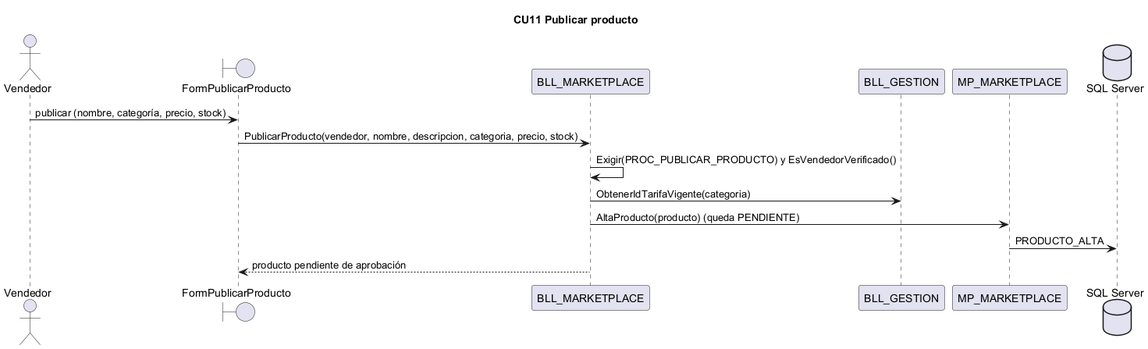
L-Muniz/uai-diploma_2026 keeps this PlantUML diagram as docs/diagramas/secuencias_png/CU11.png. Above is the earlier version.
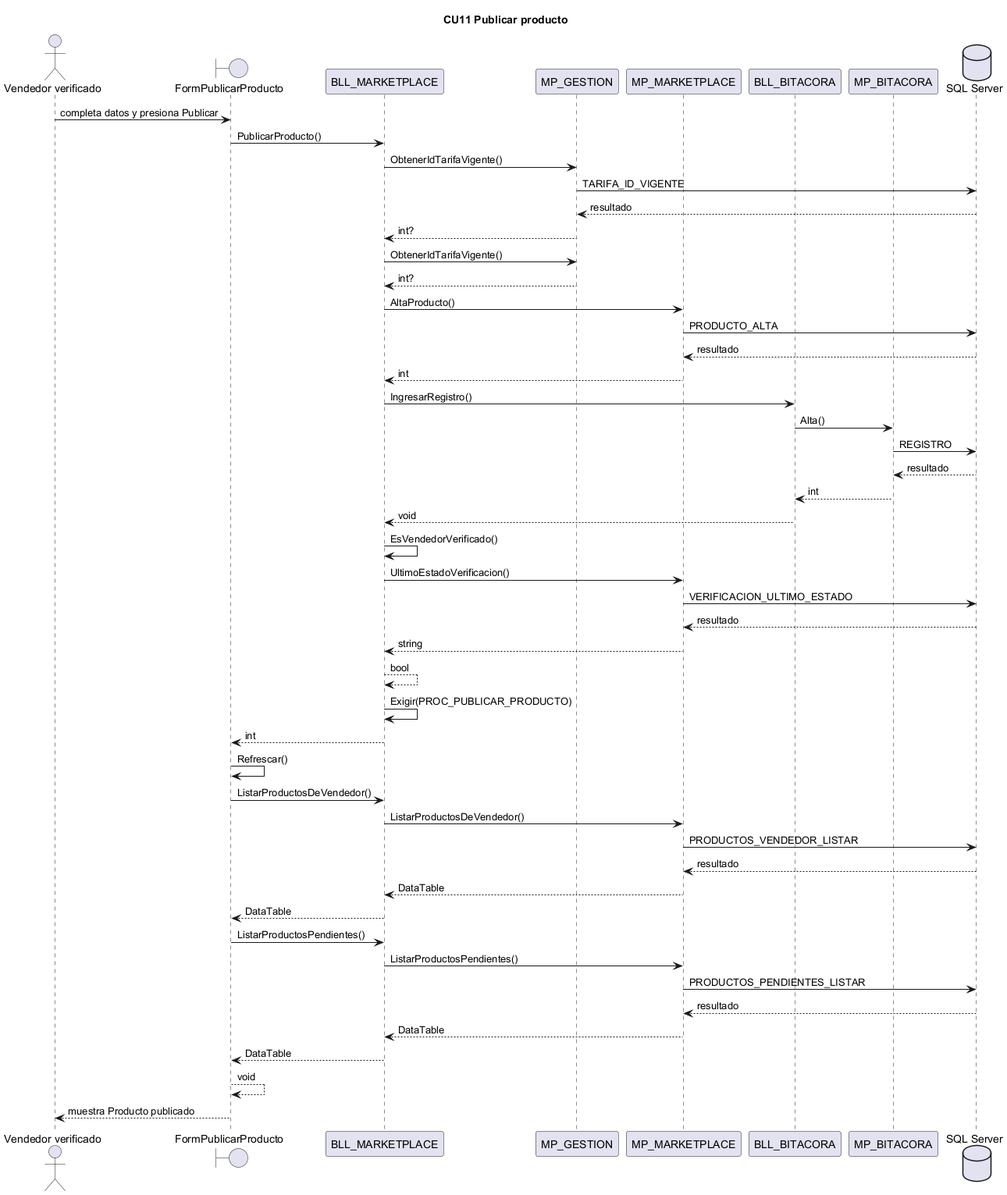
Above is the later version.

The edit, as a diff of the source:
```diff
@@ -1,16 +1,52 @@
 @startuml CU11
 title CU11 Publicar producto
-actor Vendedor
-boundary "FormPublicarProducto" as IU
-participant "BLL_MARKETPLACE" as BLL
-participant "BLL_GESTION" as GES
-participant "MP_MARKETPLACE" as DAL
+actor "Vendedor verificado" as ACT
+boundary FormPublicarProducto
+participant BLL_MARKETPLACE
+participant MP_GESTION
+participant MP_MARKETPLACE
+participant BLL_BITACORA
+participant MP_BITACORA
 database "SQL Server" as BD
-Vendedor -> IU : publicar (nombre, categoría, precio, stock)
-IU -> BLL : PublicarProducto(vendedor, nombre, descripcion, categoria, precio, stock)
-BLL -> BLL : Exigir(PROC_PUBLICAR_PRODUCTO) y EsVendedorVerificado()
-BLL -> GES : ObtenerIdTarifaVigente(categoria)
-BLL -> DAL : AltaProducto(producto) (queda PENDIENTE)
-DAL -> BD : PRODUCTO_ALTA
-BLL --> IU : producto pendiente de aprobación
+ACT -> FormPublicarProducto : completa datos y presiona Publicar
+FormPublicarProducto -> BLL_MARKETPLACE : PublicarProducto()
+BLL_MARKETPLACE -> MP_GESTION : ObtenerIdTarifaVigente()
+MP_GESTION -> BD : TARIFA_ID_VIGENTE
+BD --> MP_GESTION : resultado
+MP_GESTION --> BLL_MARKETPLACE : int?
+BLL_MARKETPLACE -> MP_GESTION : ObtenerIdTarifaVigente()
+MP_GESTION --> BLL_MARKETPLACE : int?
+BLL_MARKETPLACE -> MP_MARKETPLACE : AltaProducto()
+MP_MARKETPLACE -> BD : PRODUCTO_ALTA
+BD --> MP_MARKETPLACE : resultado
+MP_MARKETPLACE --> BLL_MARKETPLACE : int
+BLL_MARKETPLACE -> BLL_BITACORA : IngresarRegistro()
+BLL_BITACORA -> MP_BITACORA : Alta()
+MP_BITACORA -> BD : REGISTRO
+BD --> MP_BITACORA : resultado
+MP_BITACORA --> BLL_BITACORA : int
+BLL_BITACORA --> BLL_MARKETPLACE : void
+BLL_MARKETPLACE -> BLL_MARKETPLACE : EsVendedorVerificado()
+BLL_MARKETPLACE -> MP_MARKETPLACE : UltimoEstadoVerificacion()
+MP_MARKETPLACE -> BD : VERIFICACION_ULTIMO_ESTADO
+BD --> MP_MARKETPLACE : resultado
+MP_MARKETPLACE --> BLL_MARKETPLACE : string
+BLL_MARKETPLACE --> BLL_MARKETPLACE : bool
+BLL_MARKETPLACE -> BLL_MARKETPLACE : Exigir(PROC_PUBLICAR_PRODUCTO)
+BLL_MARKETPLACE --> FormPublicarProducto : int
+FormPublicarProducto -> FormPublicarProducto : Refrescar()
+FormPublicarProducto -> BLL_MARKETPLACE : ListarProductosDeVendedor()
+BLL_MARKETPLACE -> MP_MARKETPLACE : ListarProductosDeVendedor()
+MP_MARKETPLACE -> BD : PRODUCTOS_VENDEDOR_LISTAR
+BD --> MP_MARKETPLACE : resultado
+MP_MARKETPLACE --> BLL_MARKETPLACE : DataTable
+BLL_MARKETPLACE --> FormPublicarProducto : DataTable
+FormPublicarProducto -> BLL_MARKETPLACE : ListarProductosPendientes()
+BLL_MARKETPLACE -> MP_MARKETPLACE : ListarProductosPendientes()
+MP_MARKETPLACE -> BD : PRODUCTOS_PENDIENTES_LISTAR
+BD --> MP_MARKETPLACE : resultado
+MP_MARKETPLACE --> BLL_MARKETPLACE : DataTable
+BLL_MARKETPLACE --> FormPublicarProducto : DataTable
+FormPublicarProducto --> FormPublicarProducto : void
+FormPublicarProducto --> ACT : muestra Producto publicado
 @enduml
```
